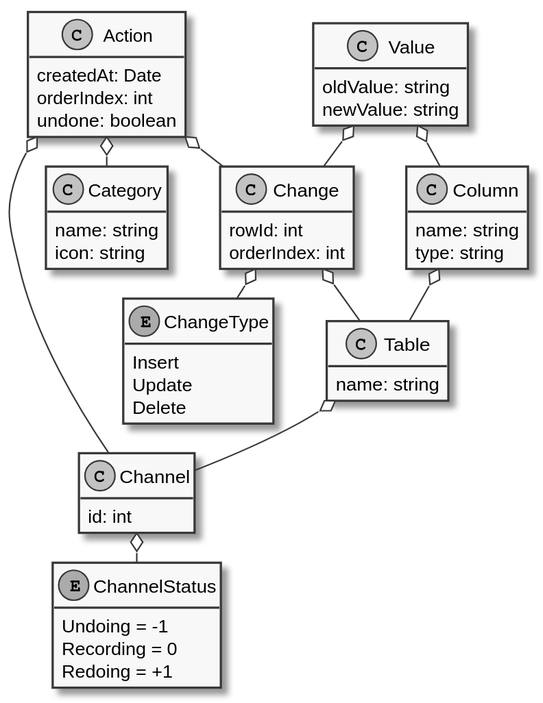
Above: docs/tables.svg in Lotes/sqlite-undo-log (PlantUML), before the change.
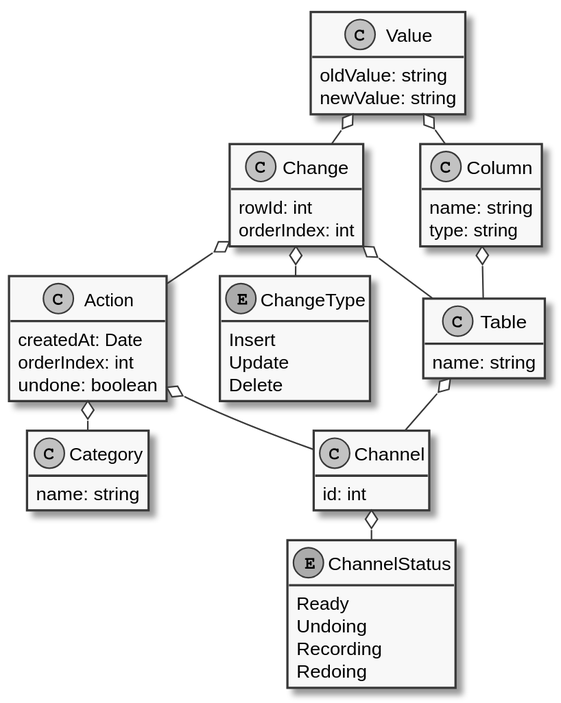
After the commit.

What changed in the source:
```diff
@@ -10,7 +10,6 @@
 
 class Category {
   name: string
-  icon: string
 }
 
 class Action {
@@ -49,16 +48,17 @@
 }
 
 enum ChannelStatus {
-  Undoing = -1
-  Recording = 0
-  Redoing = +1
+  Ready
+  Undoing
+  Recording
+  Redoing
 }
 
 Channel o-- ChannelStatus
 Action o-- Channel
 Action o-- Category
-Action o-- Change
 Change o-- Table
+Change o-- Action
 Change o-- ChangeType
 Table o-- Channel
 Column o-- Table
```
